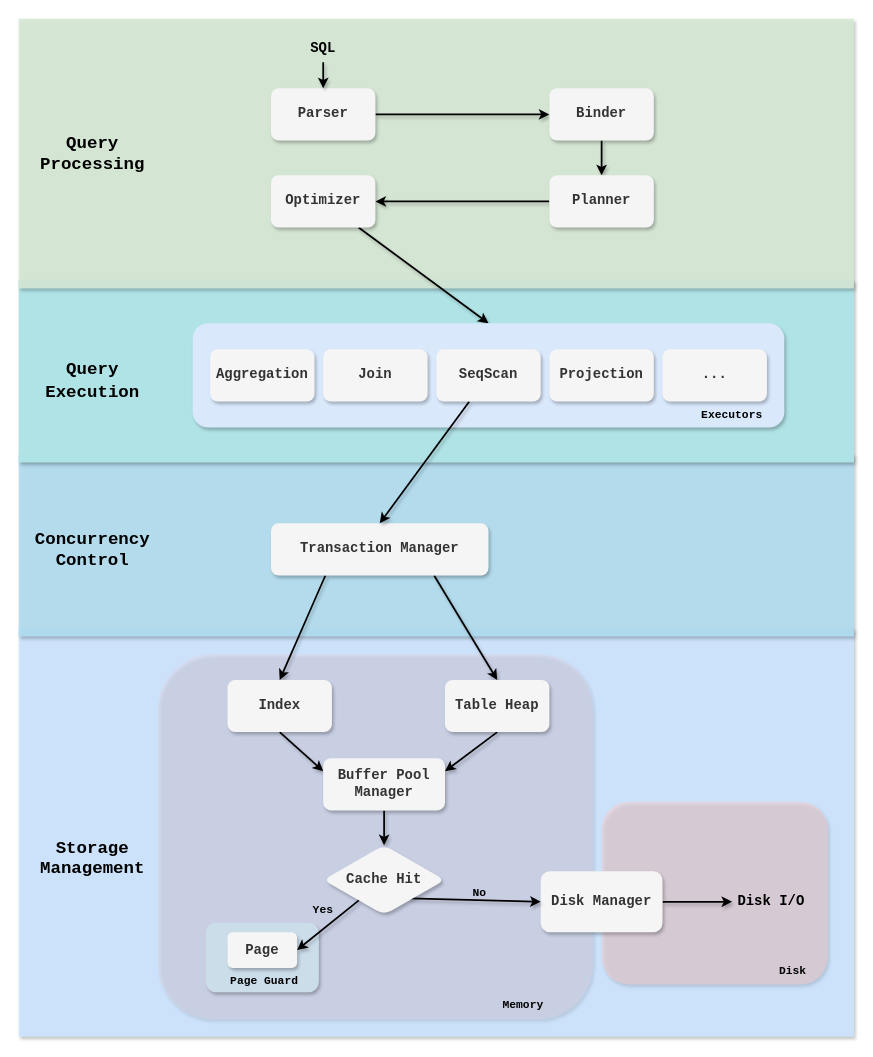
Before: images/architecture.drawio in jrmhx/bustub-db, a draw.io diagram. Source tidied: cells renumbered, new cells numbered last; positions are measured from the earlier drawing's top-left corner, leaving out a move shared by most shapes. Both pictures are drawn from the tidied source at 87%, with x=0, y=0 at pixel (18, 18).
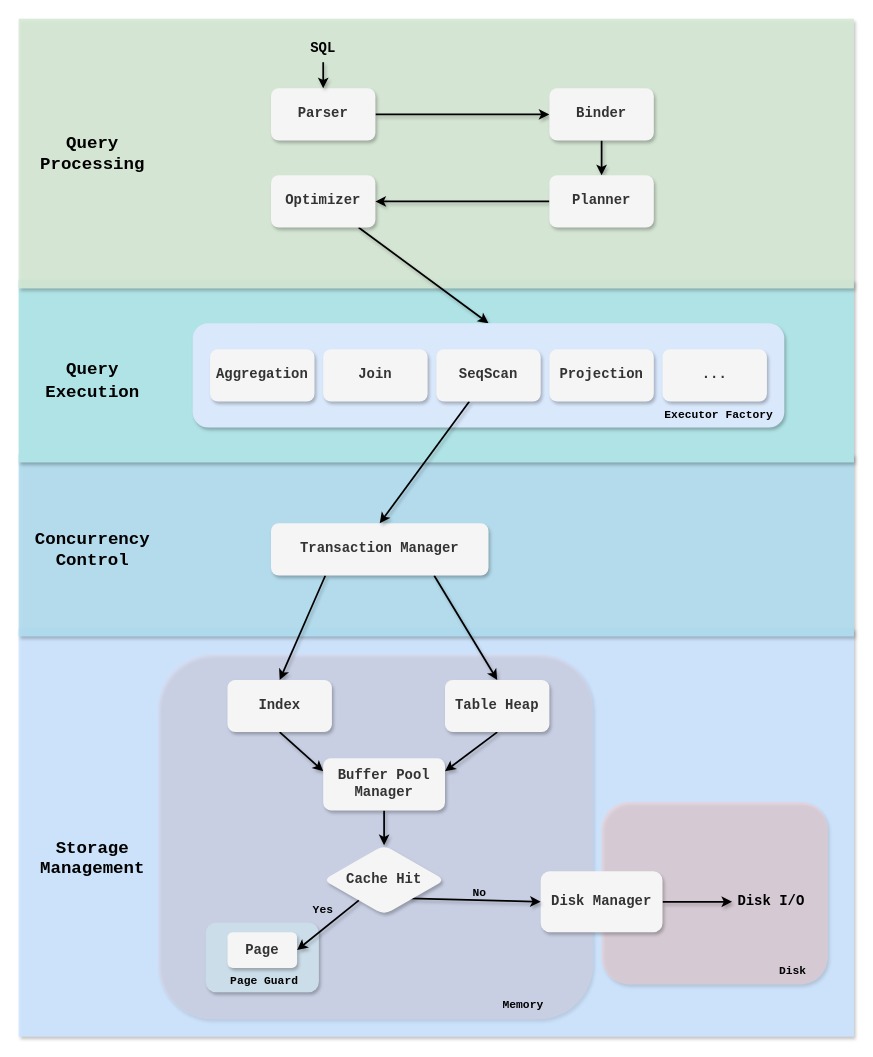
The same page after the edit.

What changed in the source:
```diff
@@
-    <mxCell id="40" value="&lt;b&gt;&lt;font face=&quot;Courier New&quot; style=&quot;font-size: 13px;&quot;&gt;Executors&lt;/font&gt;&lt;/b&gt;" style="text;html=1;align=center;verticalAlign=middle;whiteSpace=wrap;rounded=0;" parent="1" vertex="1">
-      <mxGeometry x="790" y="440" width="60" height="30" as="geometry" />
+    <mxCell id="40" value="&lt;b&gt;&lt;font face=&quot;Courier New&quot; style=&quot;font-size: 13px;&quot;&gt;Executor Factory&lt;/font&gt;&lt;/b&gt;" style="text;html=1;align=center;verticalAlign=middle;whiteSpace=wrap;rounded=0;" parent="1" vertex="1">
+      <mxGeometry x="740" y="440" width="130" height="30" as="geometry" />
     </mxCell>
```
